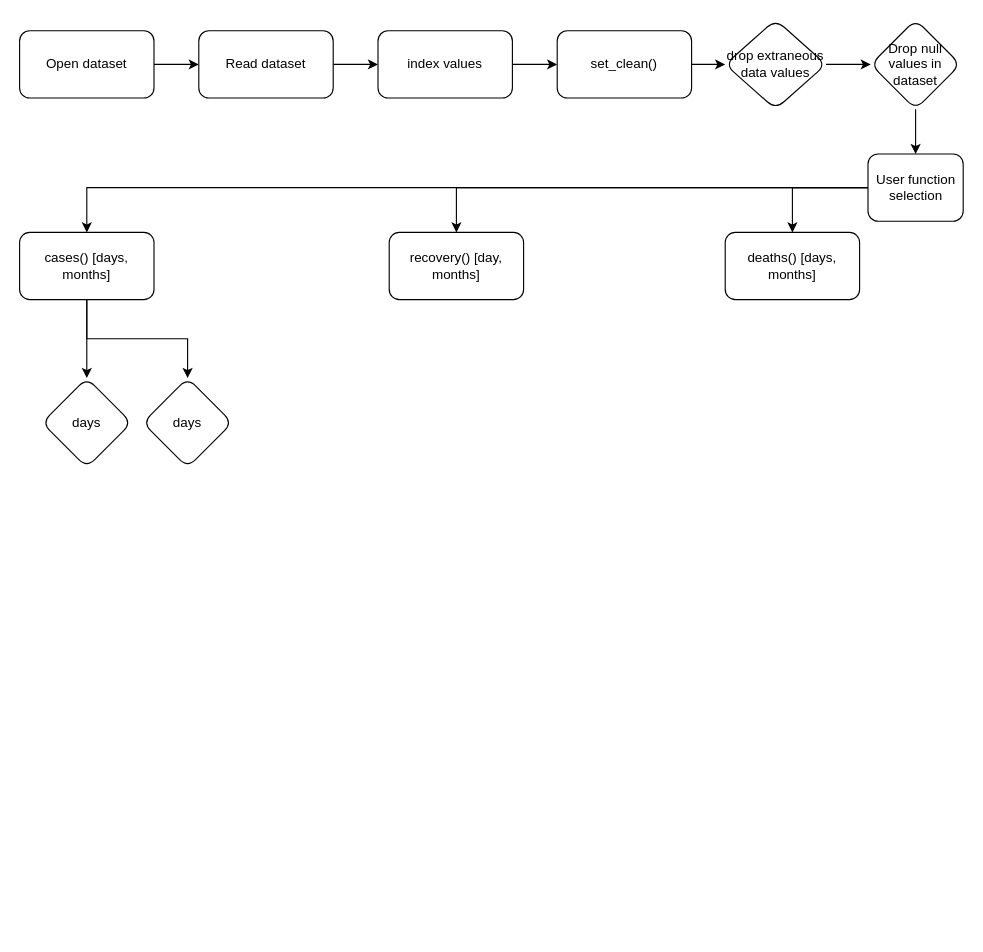
Before: Project Flowchart.drawio in burgermanBrown/INST126_Project4_COVID_Tracker, a draw.io diagram. Source tidied: cells renumbered, new cells numbered last; positions are measured from the earlier drawing's top-left corner, leaving out a move shared by most shapes. Both pictures are drawn from the tidied source at 112%, with x=0, y=0 at pixel (19, 19).
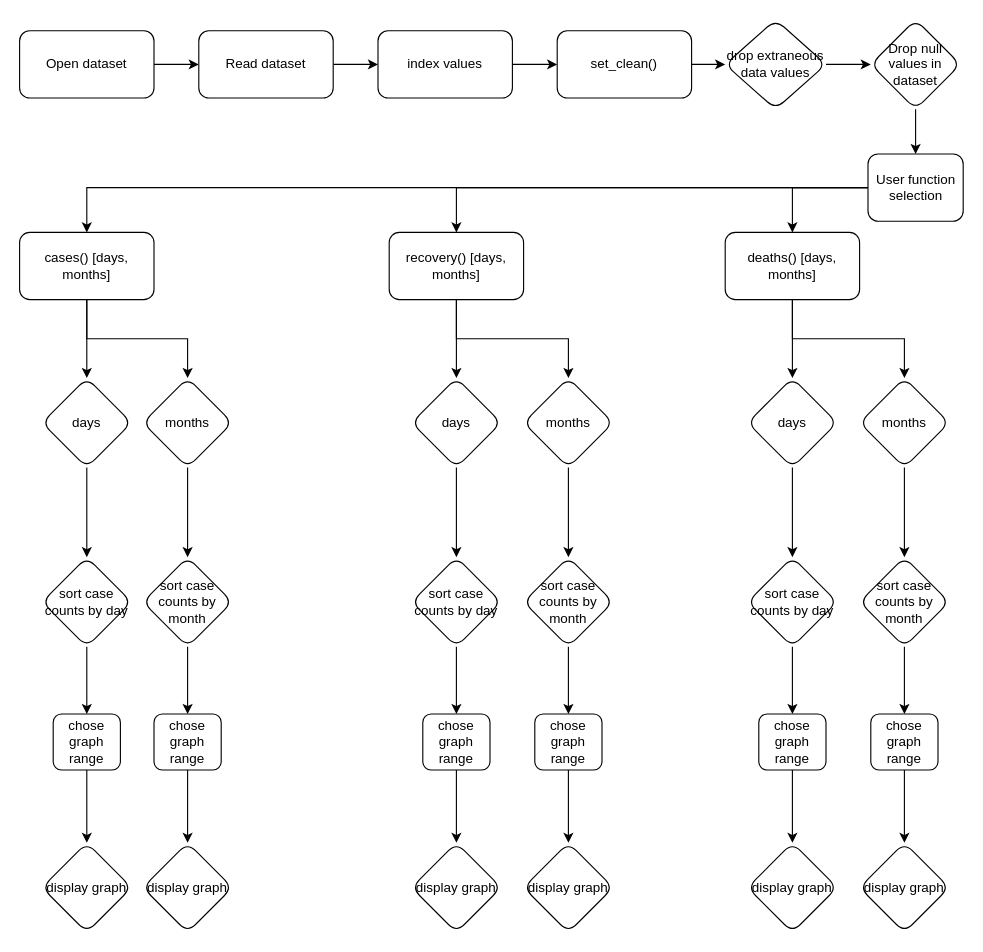
The same diagram, later.

The change refers to these unchanged cells:
```xml
<mxCell id="21" value="&lt;div&gt;deaths() [days, months]&lt;br&gt;&lt;/div&gt;" style="whiteSpace=wrap;html=1;rounded=1;" parent="1" vertex="1">
  <mxGeometry x="630" y="190" width="120" height="60" as="geometry" />
</mxCell>
<mxCell id="23" value="days" style="rhombus;whiteSpace=wrap;html=1;rounded=1;" parent="1" vertex="1">
  <mxGeometry x="20" y="320" width="80" height="80" as="geometry" />
</mxCell>
```

Diff of the diagram source:
```diff
@@
+    <mxCell id="25" style="edgeStyle=orthogonalEdgeStyle;rounded=0;jettySize=auto;html=1;" parent="1" edge="1" source="21" target="36">
+      <mxGeometry relative="1" as="geometry" />
+    </mxCell>
+    <mxCell id="26" style="edgeStyle=orthogonalEdgeStyle;rounded=0;jettySize=auto;html=1;" parent="1" edge="1" source="21" target="38">
+      <mxGeometry relative="1" as="geometry" />
+    </mxCell>
@@
+    <mxCell id="27" style="edgeStyle=orthogonalEdgeStyle;rounded=0;jettySize=auto;html=1;" parent="1" edge="1" source="22" target="32">
+      <mxGeometry relative="1" as="geometry" />
+    </mxCell>
+    <mxCell id="28" style="edgeStyle=orthogonalEdgeStyle;rounded=0;jettySize=auto;html=1;" parent="1" edge="1" source="22" target="34">
+      <mxGeometry relative="1" as="geometry" />
+    </mxCell>
-    <mxCell id="22" value="recovery() [day, months]" style="whiteSpace=wrap;html=1;rounded=1;" parent="1" vertex="1">
+    <mxCell id="22" value="recovery() [days, months]" style="whiteSpace=wrap;html=1;rounded=1;" parent="1" vertex="1">
       <mxGeometry x="330" y="190" width="120" height="60" as="geometry" />
     </mxCell>
+    <mxCell id="29" style="edgeStyle=orthogonalEdgeStyle;rounded=0;jettySize=auto;html=1;" parent="1" edge="1" source="23" target="40">
+      <mxGeometry relative="1" as="geometry" />
+    </mxCell>
@@
+    <mxCell id="30" style="edgeStyle=orthogonalEdgeStyle;rounded=0;jettySize=auto;html=1;" parent="1" edge="1" source="24" target="42">
+      <mxGeometry relative="1" as="geometry" />
+    </mxCell>
-    <mxCell id="24" value="days" style="rhombus;whiteSpace=wrap;html=1;rounded=1;" parent="1" vertex="1">
+    <mxCell id="24" value="months" style="rhombus;whiteSpace=wrap;html=1;rounded=1;" parent="1" vertex="1">
       <mxGeometry x="110" y="320" width="80" height="80" as="geometry" />
     </mxCell>
+    <mxCell id="31" style="edgeStyle=orthogonalEdgeStyle;rounded=0;jettySize=auto;html=1;" parent="1" edge="1" source="32" target="48">
+      <mxGeometry relative="1" as="geometry" />
+    </mxCell>
+    <mxCell id="32" value="days" style="rhombus;whiteSpace=wrap;html=1;rounded=1;" parent="1" vertex="1">
+      <mxGeometry x="350" y="320" width="80" height="80" as="geometry" />
+    </mxCell>
+    <mxCell id="33" style="edgeStyle=orthogonalEdgeStyle;rounded=0;jettySize=auto;html=1;" parent="1" edge="1" source="34" target="44">
+      <mxGeometry relative="1" as="geometry" />
+    </mxCell>
+    <mxCell id="34" value="months" style="rhombus;whiteSpace=wrap;html=1;rounded=1;" parent="1" vertex="1">
+      <mxGeometry x="450" y="320" width="80" height="80" as="geometry" />
+    </mxCell>
+    <mxCell id="35" style="edgeStyle=orthogonalEdgeStyle;rounded=0;jettySize=auto;html=1;" parent="1" edge="1" source="36" target="50">
+      <mxGeometry relative="1" as="geometry" />
+    </mxCell>
+    <mxCell id="36" value="days" style="rhombus;whiteSpace=wrap;html=1;rounded=1;" parent="1" vertex="1">
+      <mxGeometry x="650" y="320" width="80" height="80" as="geometry" />
+    </mxCell>
+    <mxCell id="37" style="edgeStyle=orthogonalEdgeStyle;rounded=0;jettySize=auto;html=1;" parent="1" edge="1" source="38" target="46">
+      <mxGeometry relative="1" as="geometry" />
+    </mxCell>
+    <mxCell id="38" value="months" style="rhombus;whiteSpace=wrap;html=1;rounded=1;" parent="1" vertex="1">
+      <mxGeometry x="750" y="320" width="80" height="80" as="geometry" />
+    </mxCell>
+    <mxCell id="39" style="edgeStyle=orthogonalEdgeStyle;rounded=0;jettySize=auto;html=1;" parent="1" edge="1" source="40" target="52">
+      <mxGeometry relative="1" as="geometry" />
+    </mxCell>
+    <mxCell id="40" value="sort case counts by day" style="rhombus;whiteSpace=wrap;html=1;rounded=1;" parent="1" vertex="1">
+      <mxGeometry x="20" y="480" width="80" height="80" as="geometry" />
+    </mxCell>
+    <mxCell id="41" style="edgeStyle=orthogonalEdgeStyle;rounded=0;jettySize=auto;html=1;" parent="1" edge="1" source="42" target="54">
+      <mxGeometry relative="1" as="geometry" />
+    </mxCell>
+    <mxCell id="42" value="&lt;div&gt;sort case counts by month&lt;/div&gt;" style="rhombus;whiteSpace=wrap;html=1;rounded=1;" parent="1" vertex="1">
+      <mxGeometry x="110" y="480" width="80" height="80" as="geometry" />
+    </mxCell>
+    <mxCell id="43" style="edgeStyle=orthogonalEdgeStyle;rounded=0;jettySize=auto;html=1;" parent="1" edge="1" source="44" target="58">
+      <mxGeometry relative="1" as="geometry" />
+    </mxCell>
+    <mxCell id="44" value="&lt;div&gt;sort case counts by month&lt;/div&gt;" style="rhombus;whiteSpace=wrap;html=1;rounded=1;" parent="1" vertex="1">
+      <mxGeometry x="450" y="480" width="80" height="80" as="geometry" />
+    </mxCell>
+    <mxCell id="45" style="edgeStyle=orthogonalEdgeStyle;rounded=0;jettySize=auto;html=1;" parent="1" edge="1" source="46" target="62">
+      <mxGeometry relative="1" as="geometry" />
+    </mxCell>
+    <mxCell id="46" value="&lt;div&gt;sort case counts by month&lt;/div&gt;" style="rhombus;whiteSpace=wrap;html=1;rounded=1;" parent="1" vertex="1">
+      <mxGeometry x="750" y="480" width="80" height="80" as="geometry" />
+    </mxCell>
+    <mxCell id="47" style="edgeStyle=orthogonalEdgeStyle;rounded=0;jettySize=auto;html=1;" parent="1" edge="1" source="48" target="56">
+      <mxGeometry relative="1" as="geometry" />
+    </mxCell>
+    <mxCell id="48" value="sort case counts by day" style="rhombus;whiteSpace=wrap;html=1;rounded=1;" parent="1" vertex="1">
+      <mxGeometry x="350" y="480" width="80" height="80" as="geometry" />
+    </mxCell>
+    <mxCell id="49" style="edgeStyle=orthogonalEdgeStyle;rounded=0;jettySize=auto;html=1;" parent="1" edge="1" source="50" target="60">
+      <mxGeometry relative="1" as="geometry" />
+    </mxCell>
+    <mxCell id="50" value="sort case counts by day" style="rhombus;whiteSpace=wrap;html=1;rounded=1;" parent="1" vertex="1">
+      <mxGeometry x="650" y="480" width="80" height="80" as="geometry" />
+    </mxCell>
+    <mxCell id="51" style="edgeStyle=orthogonalEdgeStyle;rounded=0;jettySize=auto;html=1;" parent="1" edge="1" source="52" target="63">
+      <mxGeometry relative="1" as="geometry" />
+    </mxCell>
+    <mxCell id="52" value="chose graph range" style="whiteSpace=wrap;html=1;rounded=1;" parent="1" vertex="1">
+      <mxGeometry x="30" y="620" width="60" height="50" as="geometry" />
+    </mxCell>
+    <mxCell id="53" style="edgeStyle=orthogonalEdgeStyle;rounded=0;jettySize=auto;html=1;" parent="1" edge="1" source="54" target="64">
+      <mxGeometry relative="1" as="geometry" />
+    </mxCell>
+    <mxCell id="54" value="chose graph range" style="whiteSpace=wrap;html=1;rounded=1;" parent="1" vertex="1">
+      <mxGeometry x="120" y="620" width="60" height="50" as="geometry" />
+    </mxCell>
+    <mxCell id="55" style="edgeStyle=orthogonalEdgeStyle;rounded=0;jettySize=auto;html=1;" parent="1" edge="1" source="56" target="65">
+      <mxGeometry relative="1" as="geometry" />
+    </mxCell>
+    <mxCell id="56" value="chose graph range" style="whiteSpace=wrap;html=1;rounded=1;" parent="1" vertex="1">
+      <mxGeometry x="360" y="620" width="60" height="50" as="geometry" />
+    </mxCell>
+    <mxCell id="57" style="edgeStyle=orthogonalEdgeStyle;rounded=0;jettySize=auto;html=1;" parent="1" edge="1" source="58" target="66">
+      <mxGeometry relative="1" as="geometry" />
+    </mxCell>
+    <mxCell id="58" value="chose graph range" style="whiteSpace=wrap;html=1;rounded=1;" parent="1" vertex="1">
+      <mxGeometry x="460" y="620" width="60" height="50" as="geometry" />
+    </mxCell>
+    <mxCell id="59" style="edgeStyle=orthogonalEdgeStyle;rounded=0;jettySize=auto;html=1;" parent="1" edge="1" source="60" target="67">
+      <mxGeometry relative="1" as="geometry" />
+    </mxCell>
+    <mxCell id="60" value="chose graph range" style="whiteSpace=wrap;html=1;rounded=1;" parent="1" vertex="1">
+      <mxGeometry x="660" y="620" width="60" height="50" as="geometry" />
+    </mxCell>
+    <mxCell id="61" style="edgeStyle=orthogonalEdgeStyle;rounded=0;jettySize=auto;html=1;" parent="1" edge="1" source="62" target="68">
+      <mxGeometry relative="1" as="geometry" />
+    </mxCell>
+    <mxCell id="62" value="chose graph range" style="whiteSpace=wrap;html=1;rounded=1;" parent="1" vertex="1">
+      <mxGeometry x="760" y="620" width="60" height="50" as="geometry" />
+    </mxCell>
+    <mxCell id="63" value="display graph" style="rhombus;whiteSpace=wrap;html=1;rounded=1;" parent="1" vertex="1">
+      <mxGeometry x="20" y="735" width="80" height="80" as="geometry" />
+    </mxCell>
+    <mxCell id="64" value="display graph" style="rhombus;whiteSpace=wrap;html=1;rounded=1;" parent="1" vertex="1">
+      <mxGeometry x="110" y="735" width="80" height="80" as="geometry" />
+    </mxCell>
+    <mxCell id="65" value="display graph" style="rhombus;whiteSpace=wrap;html=1;rounded=1;" parent="1" vertex="1">
+      <mxGeometry x="350" y="735" width="80" height="80" as="geometry" />
+    </mxCell>
+    <mxCell id="66" value="display graph" style="rhombus;whiteSpace=wrap;html=1;rounded=1;" parent="1" vertex="1">
+      <mxGeometry x="450" y="735" width="80" height="80" as="geometry" />
+    </mxCell>
+    <mxCell id="67" value="display graph" style="rhombus;whiteSpace=wrap;html=1;rounded=1;" parent="1" vertex="1">
+      <mxGeometry x="650" y="735" width="80" height="80" as="geometry" />
+    </mxCell>
+    <mxCell id="68" value="display graph" style="rhombus;whiteSpace=wrap;html=1;rounded=1;" parent="1" vertex="1">
+      <mxGeometry x="750" y="735" width="80" height="80" as="geometry" />
+    </mxCell>
```
